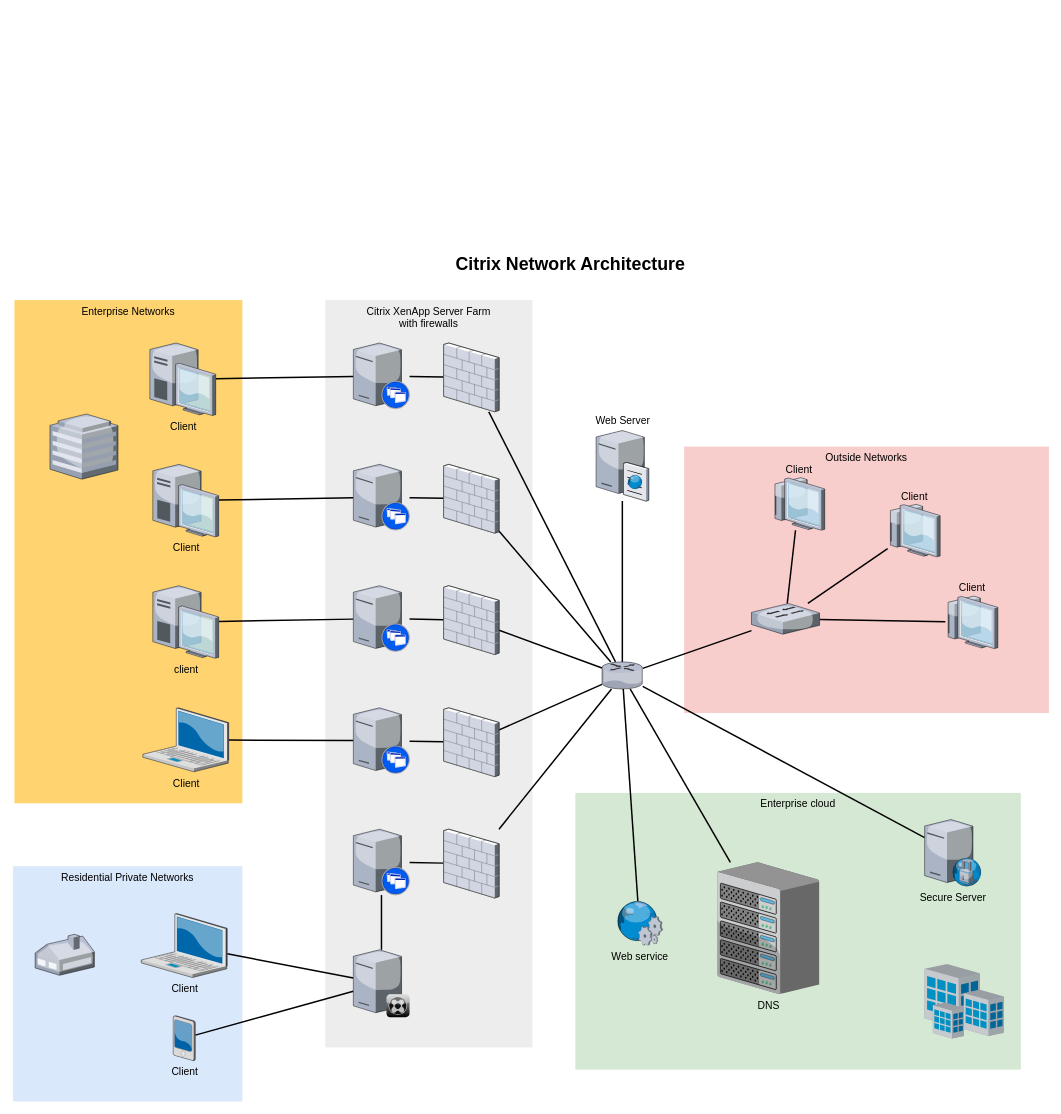
This is 未命名绘图.drawio from lixingjuan/zhifou, a draw.io file, before an edit. Source tidied: cells renumbered, new cells numbered last; positions are measured from the earlier drawing's top-left corner, leaving out a move shared by most shapes. Both pictures are drawn from the tidied source at 74%, with x=0, y=0 at pixel (13, 249).
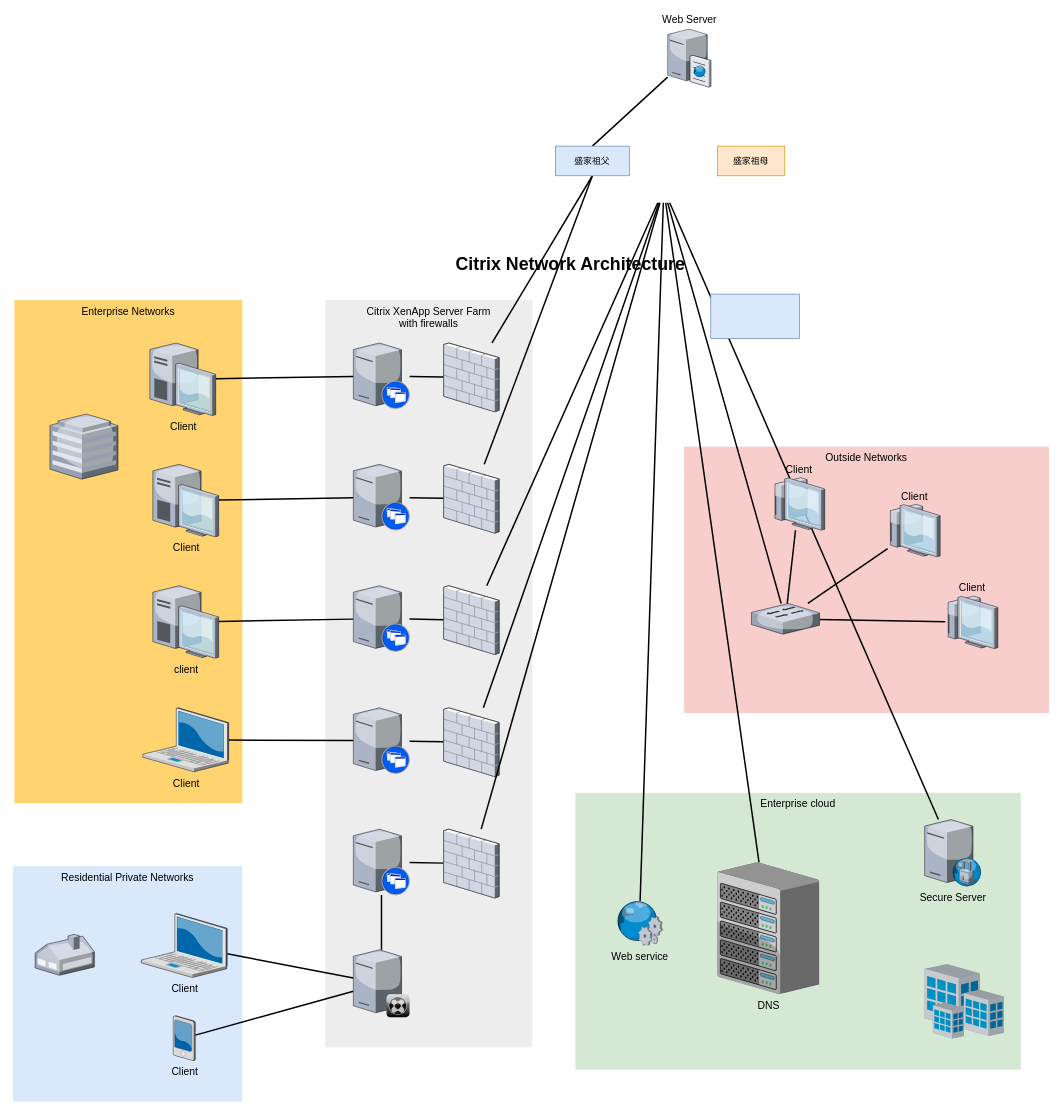
The same page after the edit.

Commit message (it also covers changes not shown here):
更新未命名绘图.drawio

The change refers to these unchanged cells:
```xml
<mxCell id="37" value="DNS" style="verticalLabelPosition=bottom;html=1;verticalAlign=top;strokeColor=none;shape=mxgraph.citrix.chassis;fillColor=#66B2FF;gradientColor=#0066CC;fontSize=14;" parent="1" vertex="1">
  <mxGeometry x="952" y="828" width="137.5" height="177.5" as="geometry" />
</mxCell>
<mxCell id="39" style="verticalLabelPosition=bottom;html=1;verticalAlign=top;strokeColor=none;shape=mxgraph.citrix.firewall;fillColor=#66B2FF;gradientColor=#0066CC;fontSize=14;" parent="1" vertex="1">
  <mxGeometry x="582" y="126" width="75" height="93" as="geometry" />
</mxCell>
<mxCell id="41" style="verticalLabelPosition=bottom;html=1;verticalAlign=top;strokeColor=none;shape=mxgraph.citrix.firewall;fillColor=#66B2FF;gradientColor=#0066CC;fontSize=14;" parent="1" vertex="1">
  <mxGeometry x="582" y="290" width="75" height="93" as="geometry" />
</mxCell>
<mxCell id="43" style="verticalLabelPosition=bottom;html=1;verticalAlign=top;strokeColor=none;shape=mxgraph.citrix.firewall;fillColor=#66B2FF;gradientColor=#0066CC;fontSize=14;" parent="1" vertex="1">
  <mxGeometry x="582" y="454" width="75" height="93" as="geometry" />
</mxCell>
<mxCell id="45" style="verticalLabelPosition=bottom;html=1;verticalAlign=top;strokeColor=none;shape=mxgraph.citrix.firewall;fillColor=#66B2FF;gradientColor=#0066CC;fontSize=14;" parent="1" vertex="1">
  <mxGeometry x="582" y="619" width="75" height="93" as="geometry" />
</mxCell>
<mxCell id="47" style="verticalLabelPosition=bottom;html=1;verticalAlign=top;strokeColor=none;shape=mxgraph.citrix.firewall;fillColor=#66B2FF;gradientColor=#0066CC;fontSize=14;" parent="1" vertex="1">
  <mxGeometry x="582" y="783" width="75" height="93" as="geometry" />
</mxCell>
<mxCell id="50" value="Secure Server" style="verticalLabelPosition=bottom;html=1;verticalAlign=top;strokeColor=none;shape=mxgraph.citrix.proxy_server;fillColor=#66B2FF;gradientColor=#0066CC;fontSize=14;" parent="1" vertex="1">
  <mxGeometry x="1232" y="770" width="76.5" height="90" as="geometry" />
</mxCell>
<mxCell id="54" style="verticalLabelPosition=bottom;html=1;verticalAlign=top;strokeColor=none;shape=mxgraph.citrix.switch;fillColor=#66B2FF;gradientColor=#0066CC;fontSize=14;" parent="1" vertex="1">
  <mxGeometry x="998" y="478" width="92" height="41.5" as="geometry" />
</mxCell>
<mxCell id="59" value="Web service" style="verticalLabelPosition=bottom;html=1;verticalAlign=top;strokeColor=none;shape=mxgraph.citrix.web_service;fillColor=#66B2FF;gradientColor=#0066CC;fontSize=14;" parent="1" vertex="1">
  <mxGeometry x="815" y="880" width="63" height="60" as="geometry" />
</mxCell>
```

The edit, as a diff of the source:
```diff
@@
-    <mxCell id="29" style="edgeStyle=none;rounded=0;html=1;startSize=10;endSize=10;jettySize=auto;fontSize=14;endArrow=none;endFill=0;strokeWidth=2;" parent="1" edge="1" source="33" target="37">
-      <mxGeometry relative="1" as="geometry" />
+    <mxCell id="29" style="edgeStyle=none;rounded=0;html=1;startSize=10;endSize=10;jettySize=auto;fontSize=14;endArrow=none;endFill=0;strokeWidth=2;" parent="1" edge="1" target="37">
+      <mxGeometry relative="1" as="geometry">
+        <mxPoint x="882.1" y="-63.5" as="sourcePoint" />
+      </mxGeometry>
     </mxCell>
-    <mxCell id="30" style="edgeStyle=none;rounded=0;html=1;startSize=10;endSize=10;jettySize=auto;fontSize=14;endArrow=none;endFill=0;strokeWidth=2;" parent="1" edge="1" source="33" target="36">
+    <mxCell id="30" style="edgeStyle=none;rounded=0;html=1;startSize=10;endSize=10;jettySize=auto;fontSize=14;endArrow=none;endFill=0;strokeWidth=2;exitX=0.5;exitY=0;exitDx=0;exitDy=0;" parent="1" edge="1" source="62" target="36">
       <mxGeometry relative="1" as="geometry" />
     </mxCell>
-    <mxCell id="31" style="edgeStyle=none;rounded=0;html=1;startSize=10;endSize=10;jettySize=auto;fontSize=14;endArrow=none;endFill=0;strokeWidth=2;" parent="1" edge="1" source="33" target="54">
-      <mxGeometry relative="1" as="geometry" />
+    <mxCell id="31" style="edgeStyle=none;rounded=0;html=1;startSize=10;endSize=10;jettySize=auto;fontSize=14;endArrow=none;endFill=0;strokeWidth=2;" parent="1" edge="1" target="54">
+      <mxGeometry relative="1" as="geometry">
+        <mxPoint x="884.7" y="-63.5" as="sourcePoint" />
+      </mxGeometry>
     </mxCell>
-    <mxCell id="32" style="edgeStyle=none;rounded=0;html=1;startSize=10;endSize=10;jettySize=auto;fontSize=14;endArrow=none;endFill=0;strokeWidth=2;" parent="1" edge="1" source="33" target="50">
-      <mxGeometry relative="1" as="geometry" />
+    <mxCell id="32" style="edgeStyle=none;rounded=0;html=1;startSize=10;endSize=10;jettySize=auto;fontSize=14;endArrow=none;endFill=0;strokeWidth=2;" parent="1" edge="1" target="50">
+      <mxGeometry relative="1" as="geometry">
+        <mxPoint x="887.5" y="-63.5" as="sourcePoint" />
+      </mxGeometry>
     </mxCell>
-    <mxCell id="33" style="verticalLabelPosition=bottom;html=1;verticalAlign=top;strokeColor=none;shape=mxgraph.citrix.router;fillColor=#66B2FF;gradientColor=#0066CC;fontSize=14;" parent="1" vertex="1">
-      <mxGeometry x="796" y="557" width="55" height="36.5" as="geometry" />
-    </mxCell>
@@
     <mxCell id="36" value="Web Server" style="verticalLabelPosition=top;html=1;verticalAlign=bottom;strokeColor=none;shape=mxgraph.citrix.cache_server;fillColor=#66B2FF;gradientColor=#0066CC;fontSize=14;labelPosition=center;align=center;" parent="1" vertex="1">
-      <mxGeometry x="788" y="242" width="71" height="97.5" as="geometry" />
+      <mxGeometry x="884.7" y="-300" width="58.3" height="80" as="geometry" />
     </mxCell>
@@
-    <mxCell id="38" style="edgeStyle=none;rounded=0;html=1;startSize=10;endSize=10;jettySize=auto;fontSize=14;endArrow=none;endFill=0;strokeWidth=2;" parent="1" edge="1" source="39" target="33">
+    <mxCell id="38" style="edgeStyle=none;rounded=0;html=1;startSize=10;endSize=10;jettySize=auto;fontSize=14;endArrow=none;endFill=0;strokeWidth=2;entryX=0.5;entryY=1;entryDx=0;entryDy=0;" parent="1" edge="1" source="39" target="62">
       <mxGeometry relative="1" as="geometry" />
     </mxCell>
@@
-    <mxCell id="40" style="edgeStyle=none;rounded=0;html=1;startSize=10;endSize=10;jettySize=auto;fontSize=14;endArrow=none;endFill=0;strokeWidth=2;" parent="1" edge="1" source="41" target="33">
+    <mxCell id="40" style="edgeStyle=none;rounded=0;html=1;startSize=10;endSize=10;jettySize=auto;fontSize=14;endArrow=none;endFill=0;strokeWidth=2;entryX=0.5;entryY=1;entryDx=0;entryDy=0;" parent="1" edge="1" source="41" target="62">
       <mxGeometry relative="1" as="geometry" />
     </mxCell>
@@
-    <mxCell id="42" style="edgeStyle=none;rounded=0;html=1;startSize=10;endSize=10;jettySize=auto;fontSize=14;endArrow=none;endFill=0;strokeWidth=2;" parent="1" edge="1" source="43" target="33">
-      <mxGeometry relative="1" as="geometry" />
+    <mxCell id="42" style="edgeStyle=none;rounded=0;html=1;startSize=10;endSize=10;jettySize=auto;fontSize=14;endArrow=none;endFill=0;strokeWidth=2;" parent="1" edge="1" source="43">
+      <mxGeometry relative="1" as="geometry">
+        <mxPoint x="871.4" y="-63.5" as="targetPoint" />
+      </mxGeometry>
     </mxCell>
@@
-    <mxCell id="44" style="edgeStyle=none;rounded=0;html=1;startSize=10;endSize=10;jettySize=auto;fontSize=14;endArrow=none;endFill=0;strokeWidth=2;" parent="1" edge="1" source="45" target="33">
-      <mxGeometry relative="1" as="geometry" />
+    <mxCell id="44" style="edgeStyle=none;rounded=0;html=1;startSize=10;endSize=10;jettySize=auto;fontSize=14;endArrow=none;endFill=0;strokeWidth=2;" parent="1" edge="1" source="45">
+      <mxGeometry relative="1" as="geometry">
+        <mxPoint x="873.2" y="-63.5" as="targetPoint" />
+      </mxGeometry>
     </mxCell>
@@
-    <mxCell id="46" style="edgeStyle=none;rounded=0;html=1;startSize=10;endSize=10;jettySize=auto;fontSize=14;endArrow=none;endFill=0;strokeWidth=2;" parent="1" edge="1" source="47" target="33">
-      <mxGeometry relative="1" as="geometry" />
+    <mxCell id="46" style="edgeStyle=none;rounded=0;html=1;startSize=10;endSize=10;jettySize=auto;fontSize=14;endArrow=none;endFill=0;strokeWidth=2;" parent="1" edge="1" source="47">
+      <mxGeometry relative="1" as="geometry">
+        <mxPoint x="874.3" y="-63.5" as="targetPoint" />
+      </mxGeometry>
     </mxCell>
@@
-    <mxCell id="58" style="edgeStyle=none;rounded=0;html=1;startSize=10;endSize=10;jettySize=auto;fontSize=14;endArrow=none;endFill=0;strokeWidth=2;" parent="1" edge="1" source="59" target="33">
-      <mxGeometry relative="1" as="geometry" />
+    <mxCell id="58" style="edgeStyle=none;rounded=0;html=1;startSize=10;endSize=10;jettySize=auto;fontSize=14;endArrow=none;endFill=0;strokeWidth=2;" parent="1" edge="1" source="59">
+      <mxGeometry relative="1" as="geometry">
+        <mxPoint x="878.9" y="-63.5" as="targetPoint" />
+      </mxGeometry>
     </mxCell>
@@
+    <mxCell id="62" value="盛家祖父" style="rounded=0;whiteSpace=wrap;html=1;fillColor=#dae8fc;strokeColor=#6c8ebf;" parent="1" vertex="1">
+      <mxGeometry x="733" y="-140" width="100" height="40" as="geometry" />
+    </mxCell>
+    <mxCell id="63" value="盛家祖母" style="rounded=0;whiteSpace=wrap;html=1;fillColor=#ffe6cc;strokeColor=#d79b00;" parent="1" vertex="1">
+      <mxGeometry x="952" y="-140" width="91" height="40" as="geometry" />
+    </mxCell>
+    <mxCell id="64" style="rounded=0;whiteSpace=wrap;html=1;fillColor=#dae8fc;strokeColor=#6c8ebf;" parent="1" vertex="1">
+      <mxGeometry x="943" y="60" width="120" height="60" as="geometry" />
+    </mxCell>
```
